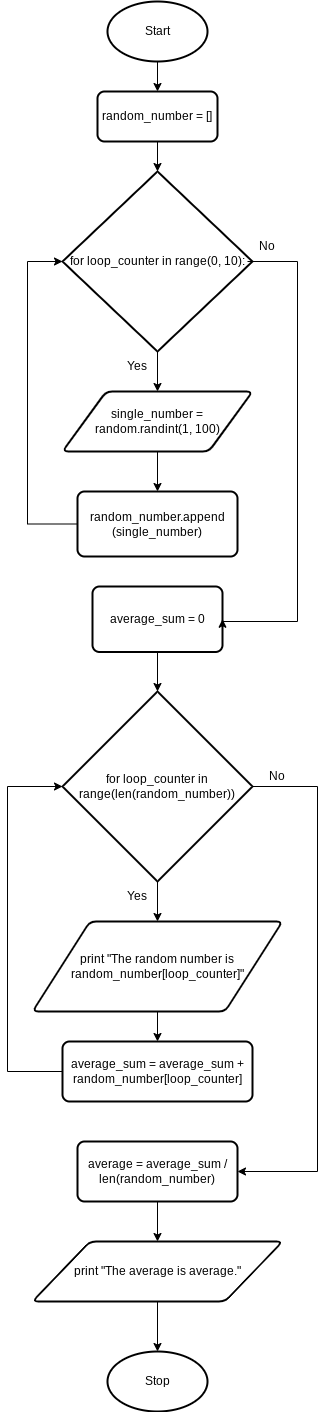
Above: design.average.flowchart.png in Yiyun-Qin/ICS3U-Unit6-01-Python (draw.io), before the change. Source tidied: cells renumbered, new cells last; positions are measured from the earlier drawing's top-left corner, leaving out a move shared by most shapes.
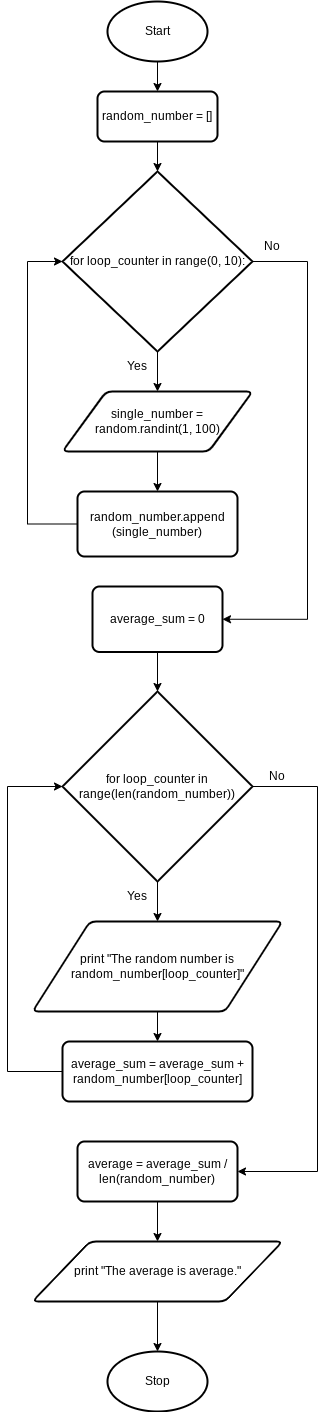
The same diagram one commit later.

The edit, as a diff of the source:
```diff
@@ -14,6 +14,14 @@
     <mxCell id="5" style="edgeStyle=none;html=1;exitX=0.5;exitY=1;exitDx=0;exitDy=0;exitPerimeter=0;entryX=0.5;entryY=0;entryDx=0;entryDy=0;" parent="1" edge="1" source="6" target="8">
       <mxGeometry relative="1" as="geometry" />
     </mxCell>
+    <mxCell id="31" style="edgeStyle=orthogonalEdgeStyle;rounded=0;html=1;exitX=1;exitY=0.5;exitDx=0;exitDy=0;exitPerimeter=0;entryX=1;entryY=0.5;entryDx=0;entryDy=0;" parent="1" edge="1" source="6" target="15">
+      <mxGeometry relative="1" as="geometry">
+        <Array as="points">
+          <mxPoint x="300" y="260" />
+          <mxPoint x="300" y="618" />
+        </Array>
+      </mxGeometry>
+    </mxCell>
     <mxCell id="6" value="for loop_counter in range(0, 10):" style="strokeWidth=2;html=1;shape=mxgraph.flowchart.decision;whiteSpace=wrap;" parent="1" vertex="1">
       <mxGeometry x="55" y="170" width="190" height="180" as="geometry" />
     </mxCell>
@@ -49,16 +57,8 @@
     <mxCell id="15" value="average_sum = 0" style="rounded=1;whiteSpace=wrap;html=1;absoluteArcSize=1;arcSize=14;strokeWidth=2;" parent="1" vertex="1">
       <mxGeometry x="85" y="585" width="130" height="65.5" as="geometry" />
     </mxCell>
-    <mxCell id="16" style="edgeStyle=orthogonalEdgeStyle;rounded=0;html=1;exitX=0;exitY=1;exitDx=0;exitDy=0;entryX=1;entryY=0.5;entryDx=0;entryDy=0;" parent="1" edge="1" source="17" target="15">
-      <mxGeometry relative="1" as="geometry">
-        <Array as="points">
-          <mxPoint x="290" y="260" />
-          <mxPoint x="290" y="620" />
-        </Array>
-      </mxGeometry>
-    </mxCell>
     <mxCell id="17" value="No" style="text;html=1;strokeColor=none;fillColor=none;align=center;verticalAlign=middle;whiteSpace=wrap;rounded=0;" parent="1" vertex="1">
-      <mxGeometry x="240" y="230" width="40" height="30" as="geometry" />
+      <mxGeometry x="245" y="230" width="40" height="30" as="geometry" />
     </mxCell>
     <mxCell id="18" style="edgeStyle=orthogonalEdgeStyle;rounded=0;html=1;exitX=0.5;exitY=1;exitDx=0;exitDy=0;exitPerimeter=0;entryX=0.5;entryY=0;entryDx=0;entryDy=0;" parent="1" edge="1" source="20" target="22">
       <mxGeometry relative="1" as="geometry" />
```
